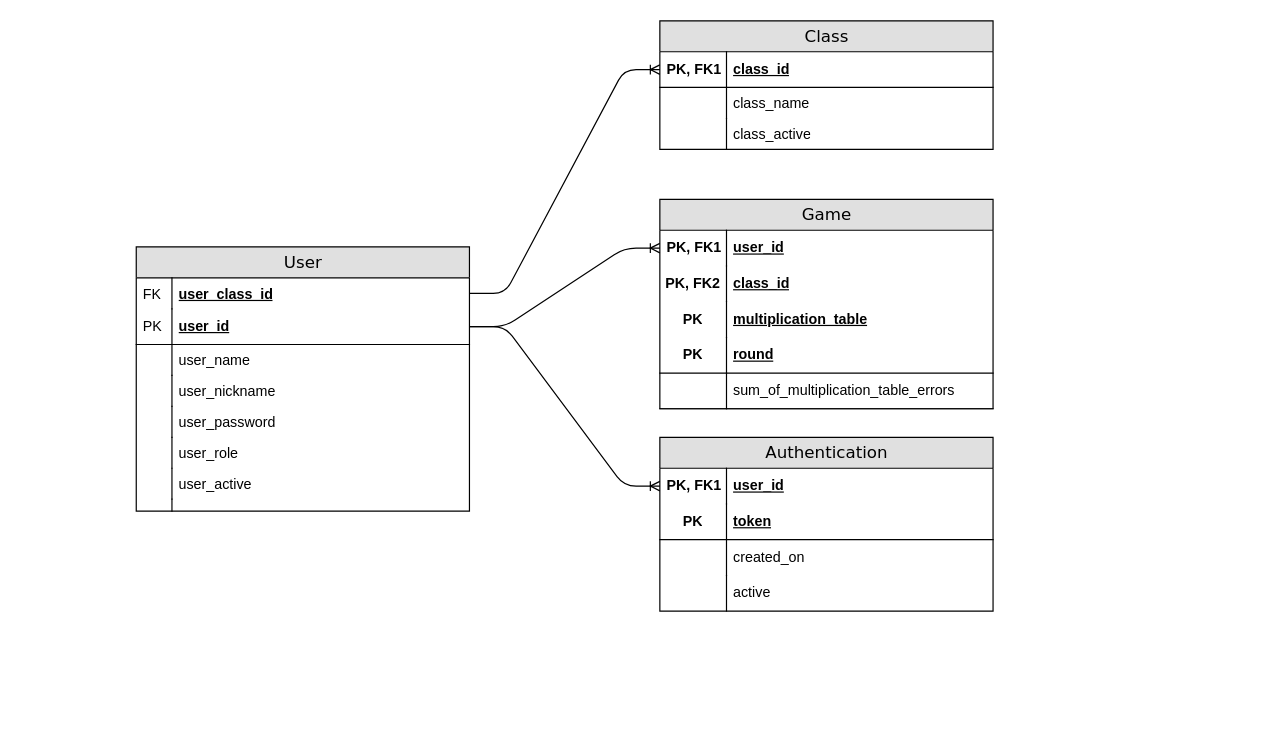
dramos93/tcc-back-end keeps this draw.io diagram as diagrama-entidade-relacionamento.drawio. Above is the earlier version. Source tidied: cells renumbered, new cells numbered last; positions are measured from the earlier drawing's top-left corner, leaving out a move shared by most shapes. Both pictures are drawn from the tidied source at 119%, with x=0, y=0 at pixel (136, 20).
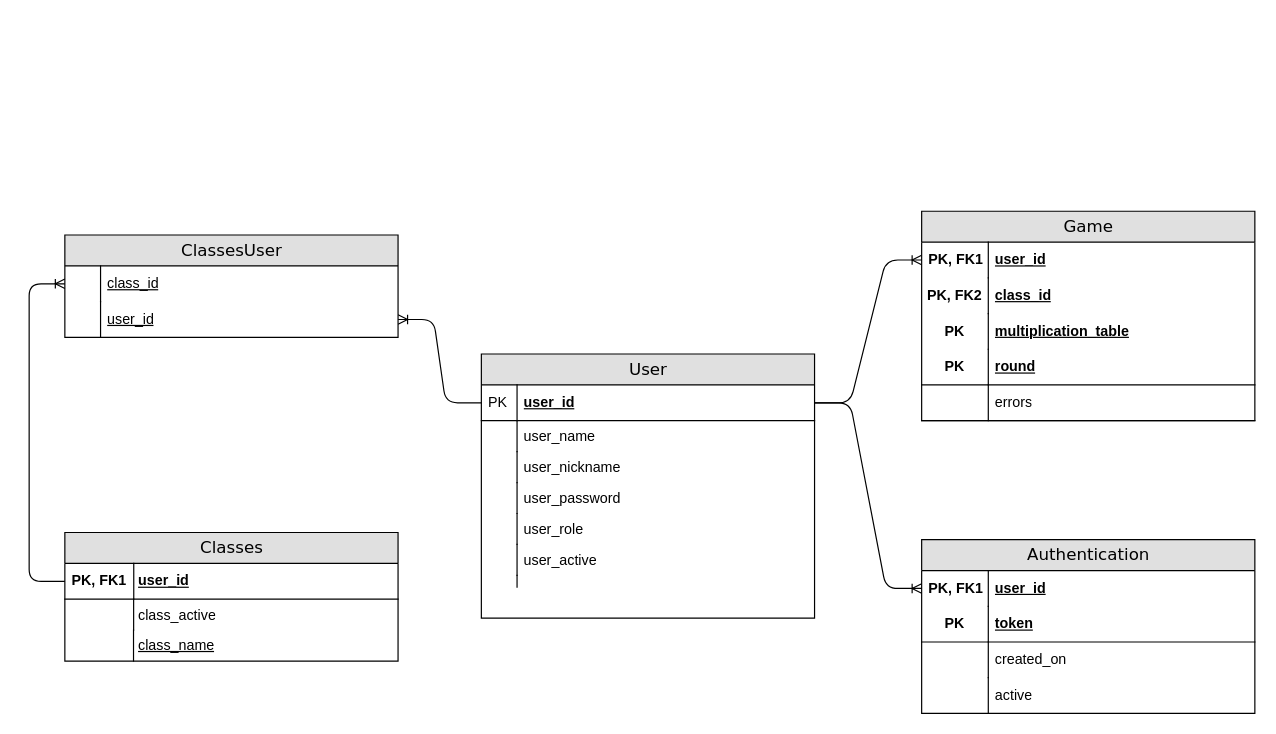
The same diagram, later.

The edit, as a diff of the source:
```diff
@@
-    <mxCell id="2" value="Class" style="swimlane;html=1;fontStyle=0;horizontal=1;startSize=26;fillColor=#e0e0e0;swimlaneFillColor=#ffffff;align=center;rounded=0;shadow=0;comic=0;labelBackgroundColor=none;strokeWidth=1;fontFamily=Verdana;fontSize=14;" parent="1" vertex="1">
-      <mxGeometry x="440" width="280" height="108" as="geometry" />
+    <mxCell id="2" value="Classes" style="swimlane;html=1;fontStyle=0;horizontal=1;startSize=26;fillColor=#e0e0e0;swimlaneFillColor=#ffffff;align=center;rounded=0;shadow=0;comic=0;labelBackgroundColor=none;strokeWidth=1;fontFamily=Verdana;fontSize=14;" parent="1" vertex="1">
+      <mxGeometry x="-60" y="430" width="280" height="108" as="geometry" />
     </mxCell>
-    <mxCell id="3" value="class_id" style="shape=partialRectangle;top=0;left=0;right=0;bottom=1;html=1;align=left;verticalAlign=middle;fillColor=none;spacingLeft=60;spacingRight=4;whiteSpace=wrap;overflow=hidden;points=[[0,0.5],[1,0.5]];portConstraint=eastwest;fontStyle=5;" parent="2" vertex="1">
-      <mxGeometry y="26" width="280" height="30" as="geometry" />
-    </mxCell>
+    <mxCell id="49" value="user_id" style="shape=partialRectangle;top=0;left=0;right=0;bottom=1;html=1;align=left;verticalAlign=middle;fillColor=none;spacingLeft=60;spacingRight=4;whiteSpace=wrap;overflow=hidden;points=[[0,0.5],[1,0.5]];portConstraint=eastwest;fontStyle=5;strokeColor=default;noLabel=0;portConstraintRotation=0;snapToPoint=0;fixDash=0;comic=0;enumerate=0;fixedWidth=0;shadow=0;" parent="2" vertex="1">
+      <mxGeometry y="26" width="280" height="30" as="geometry" />
+    </mxCell>
-    <mxCell id="4" value="PK, FK1" style="shape=partialRectangle;fontStyle=1;top=0;left=0;bottom=0;html=1;fillColor=none;align=left;verticalAlign=middle;spacingLeft=4;spacingRight=4;whiteSpace=wrap;overflow=hidden;" parent="3" vertex="1">
-      <mxGeometry width="56" height="30" as="geometry" />
+    <mxCell id="4" value="PK, FK1" style="shape=partialRectangle;fontStyle=1;top=0;left=0;bottom=0;html=1;fillColor=none;align=left;verticalAlign=middle;spacingLeft=4;spacingRight=4;whiteSpace=wrap;overflow=hidden;" parent="49" vertex="1">
+      <mxGeometry width="57.9" height="30" as="geometry" />
     </mxCell>
+    <mxCell id="7" value="class_active" style="shape=partialRectangle;top=0;left=0;right=0;bottom=0;html=1;align=left;verticalAlign=top;fillColor=none;spacingLeft=60;spacingRight=4;whiteSpace=wrap;overflow=hidden;" parent="2" vertex="1">
+      <mxGeometry y="56" width="280" height="26" as="geometry" />
+    </mxCell>
+    <mxCell id="8" style="shape=partialRectangle;top=0;left=0;bottom=0;html=1;fillColor=none;align=left;verticalAlign=top;spacingLeft=4;spacingRight=4;whiteSpace=wrap;overflow=hidden;" parent="7" vertex="1">
+      <mxGeometry width="57.8" height="26" as="geometry" />
+    </mxCell>
-    <mxCell id="5" value="class_name" style="shape=partialRectangle;top=0;left=0;right=0;bottom=0;html=1;align=left;verticalAlign=top;fillColor=none;spacingLeft=60;spacingRight=4;whiteSpace=wrap;overflow=hidden;" parent="2" vertex="1">
-      <mxGeometry y="56" width="280" height="26" as="geometry" />
+    <mxCell id="5" value="class_name" style="shape=partialRectangle;top=0;left=0;right=0;bottom=0;html=1;align=left;verticalAlign=middle;fillColor=none;spacingLeft=60;spacingRight=4;whiteSpace=wrap;overflow=hidden;fontStyle=4;strokeColor=none;" parent="2" vertex="1">
+      <mxGeometry y="82" width="280" height="26" as="geometry" />
     </mxCell>
-    <mxCell id="6" style="shape=partialRectangle;top=0;left=0;bottom=0;html=1;fillColor=none;align=left;verticalAlign=top;spacingLeft=4;spacingRight=4;whiteSpace=wrap;overflow=hidden;" parent="5" vertex="1">
-      <mxGeometry width="56" height="26" as="geometry" />
+    <mxCell id="6" style="shape=partialRectangle;top=0;left=0;bottom=0;html=1;fillColor=none;align=left;verticalAlign=top;spacingLeft=4;spacingRight=4;whiteSpace=wrap;overflow=hidden;right=1;" parent="5" vertex="1">
+      <mxGeometry width="57.7" height="26" as="geometry" />
     </mxCell>
-    <mxCell id="7" value="class_active" style="shape=partialRectangle;top=0;left=0;right=0;bottom=0;html=1;align=left;verticalAlign=top;fillColor=none;spacingLeft=60;spacingRight=4;whiteSpace=wrap;overflow=hidden;" parent="2" vertex="1">
-      <mxGeometry y="82" width="280" height="26" as="geometry" />
-    </mxCell>
-    <mxCell id="8" style="shape=partialRectangle;top=0;left=0;bottom=0;html=1;fillColor=none;align=left;verticalAlign=top;spacingLeft=4;spacingRight=4;whiteSpace=wrap;overflow=hidden;" parent="7" vertex="1">
-      <mxGeometry width="56" height="26" as="geometry" />
-    </mxCell>
     <mxCell id="9" value="Game" style="swimlane;html=1;fontStyle=0;horizontal=1;startSize=26;fillColor=#e0e0e0;swimlaneFillColor=#ffffff;align=center;rounded=0;shadow=0;comic=0;labelBackgroundColor=none;strokeWidth=1;fontFamily=Verdana;fontSize=14;" parent="1" vertex="1">
-      <mxGeometry x="440" y="150" width="280" height="176" as="geometry" />
+      <mxGeometry x="660" y="160" width="280" height="176" as="geometry" />
     </mxCell>
@@
-    <mxCell id="18" value="sum_of_multiplication_table_errors" style="shape=partialRectangle;top=0;left=0;right=0;bottom=1;html=1;align=left;verticalAlign=middle;fillColor=none;spacingLeft=60;spacingRight=4;whiteSpace=wrap;overflow=hidden;fontStyle=0;" parent="9" vertex="1">
+    <mxCell id="18" value="errors" style="shape=partialRectangle;top=0;left=0;right=0;bottom=1;html=1;align=left;verticalAlign=middle;fillColor=none;spacingLeft=60;spacingRight=4;whiteSpace=wrap;overflow=hidden;fontStyle=0;" parent="9" vertex="1">
       <mxGeometry y="146" width="280" height="30" as="geometry" />
     </mxCell>
@@
     <mxCell id="20" value="User" style="swimlane;html=1;fontStyle=0;horizontal=1;startSize=26;fillColor=#e0e0e0;swimlaneFillColor=#ffffff;align=center;rounded=0;shadow=0;comic=0;labelBackgroundColor=none;strokeWidth=1;fontFamily=Verdana;fontSize=14;" parent="1" vertex="1">
-      <mxGeometry y="190" width="280" height="222" as="geometry" />
+      <mxGeometry x="290" y="280" width="280" height="222" as="geometry" />
     </mxCell>
-    <mxCell id="21" value="user_class_id" style="shape=partialRectangle;top=0;left=0;right=0;bottom=0;html=1;align=left;verticalAlign=top;fillColor=none;spacingLeft=34;spacingRight=4;whiteSpace=wrap;overflow=hidden;points=[[0,0.5],[1,0.5]];portConstraint=eastwest;fontStyle=5;" parent="20" vertex="1">
-      <mxGeometry y="26" width="280" height="26" as="geometry" />
-    </mxCell>
-    <mxCell id="22" value="FK" style="shape=partialRectangle;top=0;left=0;bottom=0;html=1;fillColor=none;align=left;verticalAlign=top;spacingLeft=4;spacingRight=4;whiteSpace=wrap;overflow=hidden;" parent="21" vertex="1">
-      <mxGeometry width="30" height="26" as="geometry" />
-    </mxCell>
     <mxCell id="23" value="user_id" style="shape=partialRectangle;top=0;left=0;right=0;bottom=1;html=1;align=left;verticalAlign=middle;fillColor=none;spacingLeft=34;spacingRight=4;whiteSpace=wrap;overflow=hidden;points=[[0,0.5],[1,0.5]];portConstraint=eastwest;fontStyle=5;" parent="20" vertex="1">
-      <mxGeometry y="52" width="280" height="30" as="geometry" />
+      <mxGeometry y="26" width="280" height="30" as="geometry" />
     </mxCell>
@@
     <mxCell id="25" value="user_name" style="shape=partialRectangle;top=0;left=0;right=0;bottom=0;html=1;align=left;verticalAlign=top;fillColor=none;spacingLeft=34;spacingRight=4;whiteSpace=wrap;overflow=hidden;" parent="20" vertex="1">
-      <mxGeometry y="82" width="280" height="26" as="geometry" />
+      <mxGeometry y="56" width="280" height="26" as="geometry" />
     </mxCell>
@@
     <mxCell id="27" value="user_nickname" style="shape=partialRectangle;top=0;left=0;right=0;bottom=0;html=1;align=left;verticalAlign=top;fillColor=none;spacingLeft=34;spacingRight=4;whiteSpace=wrap;overflow=hidden;" parent="20" vertex="1">
-      <mxGeometry y="108" width="280" height="26" as="geometry" />
+      <mxGeometry y="82" width="280" height="26" as="geometry" />
     </mxCell>
@@
     <mxCell id="29" value="user_password" style="shape=partialRectangle;top=0;left=0;right=0;bottom=0;html=1;align=left;verticalAlign=top;fillColor=none;spacingLeft=34;spacingRight=4;whiteSpace=wrap;overflow=hidden;" parent="20" vertex="1">
-      <mxGeometry y="134" width="280" height="26" as="geometry" />
+      <mxGeometry y="108" width="280" height="26" as="geometry" />
     </mxCell>
@@
     <mxCell id="31" value="user_role" style="shape=partialRectangle;top=0;left=0;right=0;bottom=0;html=1;align=left;verticalAlign=top;fillColor=none;spacingLeft=34;spacingRight=4;whiteSpace=wrap;overflow=hidden;" parent="20" vertex="1">
-      <mxGeometry y="160" width="280" height="26" as="geometry" />
+      <mxGeometry y="134" width="280" height="26" as="geometry" />
     </mxCell>
@@
     <mxCell id="33" value="user_active" style="shape=partialRectangle;top=0;left=0;right=0;bottom=0;html=1;align=left;verticalAlign=top;fillColor=none;spacingLeft=34;spacingRight=4;whiteSpace=wrap;overflow=hidden;" parent="20" vertex="1">
-      <mxGeometry y="186" width="280" height="26" as="geometry" />
+      <mxGeometry y="160" width="280" height="26" as="geometry" />
     </mxCell>
@@
     <mxCell id="35" style="shape=partialRectangle;top=0;left=0;right=0;bottom=0;html=1;align=left;verticalAlign=top;fillColor=none;spacingLeft=34;spacingRight=4;whiteSpace=wrap;overflow=hidden;" parent="20" vertex="1">
-      <mxGeometry y="212" width="280" height="10" as="geometry" />
+      <mxGeometry y="186" width="280" height="10" as="geometry" />
     </mxCell>
@@
     <mxCell id="37" value="Authentication" style="swimlane;html=1;fontStyle=0;horizontal=1;startSize=26;fillColor=#e0e0e0;swimlaneFillColor=#ffffff;align=center;rounded=0;shadow=0;comic=0;labelBackgroundColor=none;strokeWidth=1;fontFamily=Verdana;fontSize=14;" parent="1" vertex="1">
-      <mxGeometry x="440" y="350" width="280" height="146" as="geometry" />
+      <mxGeometry x="660" y="436" width="280" height="146" as="geometry" />
     </mxCell>
@@
-    <mxCell id="46" style="edgeStyle=entityRelationEdgeStyle;fontSize=12;html=1;endArrow=ERoneToMany;rounded=1;entryX=0;entryY=0.5;entryDx=0;entryDy=0;exitX=1;exitY=0.5;exitDx=0;exitDy=0;" parent="1" edge="1" source="21" target="3">
-      <mxGeometry relative="1" as="geometry" />
-    </mxCell>
@@
+    <mxCell id="50" style="edgeStyle=entityRelationEdgeStyle;fontSize=12;html=1;endArrow=ERoneToMany;rounded=1;entryX=1;entryY=0.5;entryDx=0;entryDy=0;exitX=0;exitY=0.5;exitDx=0;exitDy=0;" parent="1" edge="1" source="23" target="53">
+      <mxGeometry relative="1" as="geometry" />
+    </mxCell>
+    <mxCell id="51" value="ClassesUser" style="swimlane;html=1;fontStyle=0;horizontal=1;startSize=26;fillColor=#e0e0e0;swimlaneFillColor=#ffffff;align=center;rounded=0;shadow=0;comic=0;labelBackgroundColor=none;strokeWidth=1;fontFamily=Verdana;fontSize=14;" parent="1" vertex="1">
+      <mxGeometry x="-60" y="180" width="280" height="86" as="geometry" />
+    </mxCell>
+    <mxCell id="3" value="class_id" style="shape=partialRectangle;top=0;left=0;right=0;bottom=1;html=1;align=left;verticalAlign=middle;fillColor=none;spacingLeft=34;spacingRight=4;whiteSpace=wrap;overflow=hidden;points=[[0,0.5],[1,0.5]];portConstraint=eastwest;fontStyle=4;strokeColor=none;" parent="51" vertex="1">
+      <mxGeometry y="26" width="280" height="30" as="geometry" />
+    </mxCell>
+    <mxCell id="52" style="shape=partialRectangle;top=0;left=0;bottom=0;html=1;fillColor=none;align=left;verticalAlign=middle;spacingLeft=4;spacingRight=4;whiteSpace=wrap;overflow=hidden;" parent="3" vertex="1">
+      <mxGeometry width="30" height="30" as="geometry" />
+    </mxCell>
+    <mxCell id="53" value="user_id" style="shape=partialRectangle;top=0;left=0;right=0;bottom=1;html=1;align=left;verticalAlign=middle;fillColor=none;spacingLeft=34;spacingRight=4;whiteSpace=wrap;overflow=hidden;points=[[0,0.5],[1,0.5]];portConstraint=eastwest;fontStyle=4;strokeColor=none;" parent="51" vertex="1">
+      <mxGeometry y="56" width="280" height="30" as="geometry" />
+    </mxCell>
+    <mxCell id="54" style="shape=partialRectangle;top=0;left=0;bottom=0;html=1;fillColor=none;align=left;verticalAlign=middle;spacingLeft=4;spacingRight=4;whiteSpace=wrap;overflow=hidden;" parent="53" vertex="1">
+      <mxGeometry width="30" height="30" as="geometry" />
+    </mxCell>
+    <mxCell id="55" style="fontSize=12;html=1;endArrow=ERoneToMany;rounded=1;entryX=0;entryY=0.5;entryDx=0;entryDy=0;exitX=0;exitY=0.5;exitDx=0;exitDy=0;edgeStyle=orthogonalEdgeStyle;" parent="1" edge="1" source="49" target="3">
+      <mxGeometry relative="1" as="geometry">
+        <Array as="points">
+          <mxPoint x="-90" y="471" />
+          <mxPoint x="-90" y="221" />
+        </Array>
+      </mxGeometry>
+    </mxCell>
```
